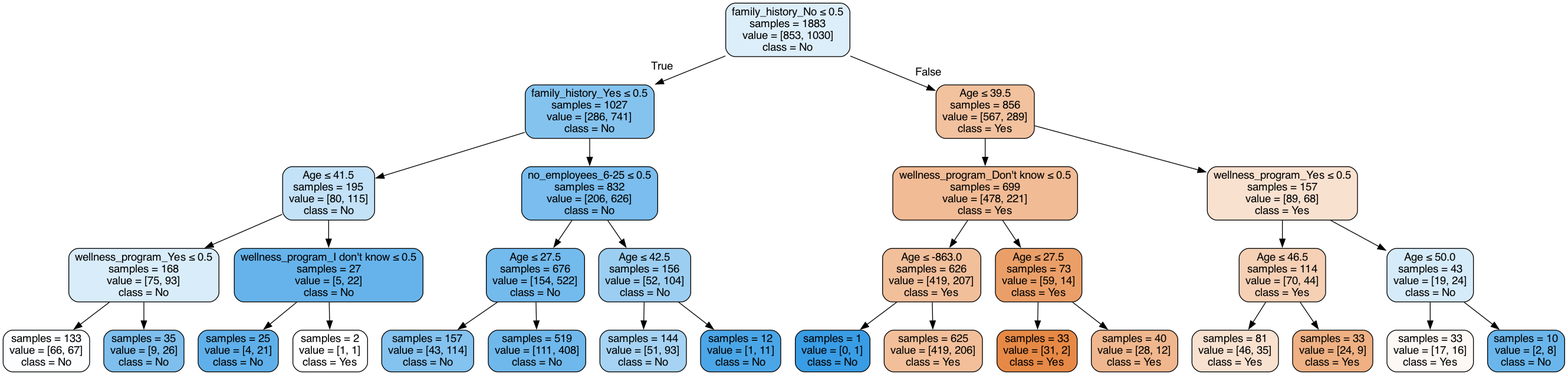
cadej09/CSE-163-Final-Project keeps this Graphviz diagram as tree.gv.png. Above is the earlier version. Its source is kept beside it as tree.gv.
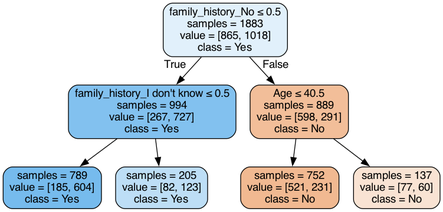
The same diagram one commit later.

Change to the diagram source:
```diff
@@ -1,65 +1,17 @@
 digraph Tree {
 node [shape=box, style="filled, rounded", color="black", fontname="helvetica"] ;
 edge [fontname="helvetica"] ;
-0 [label=<family_history_No &le; 0.5<br/>samples = 1883<br/>value = [853, 1030]<br/>class = No>, fillcolor="#ddeefb"] ;
-1 [label=<family_history_Yes &le; 0.5<br/>samples = 1027<br/>value = [286, 741]<br/>class = No>, fillcolor="#85c3ef"] ;
+0 [label=<family_history_No &le; 0.5<br/>samples = 1883<br/>value = [865, 1018]<br/>class = Yes>, fillcolor="#e1f0fb"] ;
+1 [label=<family_history_I don't know &le; 0.5<br/>samples = 994<br/>value = [267, 727]<br/>class = Yes>, fillcolor="#82c1ef"] ;
 0 -> 1 [labeldistance=2.5, labelangle=45, headlabel="True"] ;
-2 [label=<Age &le; 41.5<br/>samples = 195<br/>value = [80, 115]<br/>class = No>, fillcolor="#c3e1f7"] ;
+2 [label=<samples = 789<br/>value = [185, 604]<br/>class = Yes>, fillcolor="#76bbed"] ;
 1 -> 2 ;
-3 [label=<wellness_program_Yes &le; 0.5<br/>samples = 168<br/>value = [75, 93]<br/>class = No>, fillcolor="#d9ecfa"] ;
-2 -> 3 ;
-4 [label=<samples = 133<br/>value = [66, 67]<br/>class = No>, fillcolor="#fcfeff"] ;
-3 -> 4 ;
-5 [label=<samples = 35<br/>value = [9, 26]<br/>class = No>, fillcolor="#7ebfee"] ;
-3 -> 5 ;
-6 [label=<wellness_program_I don't know &le; 0.5<br/>samples = 27<br/>value = [5, 22]<br/>class = No>, fillcolor="#66b3eb"] ;
-2 -> 6 ;
-7 [label=<samples = 25<br/>value = [4, 21]<br/>class = No>, fillcolor="#5fb0ea"] ;
-6 -> 7 ;
-8 [label=<samples = 2<br/>value = [1, 1]<br/>class = Yes>, fillcolor="#ffffff"] ;
-6 -> 8 ;
-9 [label=<no_employees_6-25 &le; 0.5<br/>samples = 832<br/>value = [206, 626]<br/>class = No>, fillcolor="#7abdee"] ;
-1 -> 9 ;
-10 [label=<Age &le; 27.5<br/>samples = 676<br/>value = [154, 522]<br/>class = No>, fillcolor="#73baed"] ;
-9 -> 10 ;
-11 [label=<samples = 157<br/>value = [43, 114]<br/>class = No>, fillcolor="#84c2ef"] ;
-10 -> 11 ;
-12 [label=<samples = 519<br/>value = [111, 408]<br/>class = No>, fillcolor="#6fb8ec"] ;
-10 -> 12 ;
-13 [label=<Age &le; 42.5<br/>samples = 156<br/>value = [52, 104]<br/>class = No>, fillcolor="#9ccef2"] ;
-9 -> 13 ;
-14 [label=<samples = 144<br/>value = [51, 93]<br/>class = No>, fillcolor="#a6d3f3"] ;
-13 -> 14 ;
-15 [label=<samples = 12<br/>value = [1, 11]<br/>class = No>, fillcolor="#4ba6e7"] ;
-13 -> 15 ;
-16 [label=<Age &le; 39.5<br/>samples = 856<br/>value = [567, 289]<br/>class = Yes>, fillcolor="#f2c19e"] ;
-0 -> 16 [labeldistance=2.5, labelangle=-45, headlabel="False"] ;
-17 [label=<wellness_program_Don't know &le; 0.5<br/>samples = 699<br/>value = [478, 221]<br/>class = Yes>, fillcolor="#f1bb95"] ;
-16 -> 17 ;
-18 [label=<Age &le; -863.0<br/>samples = 626<br/>value = [419, 207]<br/>class = Yes>, fillcolor="#f2bf9b"] ;
-17 -> 18 ;
-19 [label=<samples = 1<br/>value = [0, 1]<br/>class = No>, fillcolor="#399de5"] ;
-18 -> 19 ;
-20 [label=<samples = 625<br/>value = [419, 206]<br/>class = Yes>, fillcolor="#f2bf9a"] ;
-18 -> 20 ;
-21 [label=<Age &le; 27.5<br/>samples = 73<br/>value = [59, 14]<br/>class = Yes>, fillcolor="#eb9f68"] ;
-17 -> 21 ;
-22 [label=<samples = 33<br/>value = [31, 2]<br/>class = Yes>, fillcolor="#e78946"] ;
-21 -> 22 ;
-23 [label=<samples = 40<br/>value = [28, 12]<br/>class = Yes>, fillcolor="#f0b78e"] ;
-21 -> 23 ;
-24 [label=<wellness_program_Yes &le; 0.5<br/>samples = 157<br/>value = [89, 68]<br/>class = Yes>, fillcolor="#f9e1d0"] ;
-16 -> 24 ;
-25 [label=<Age &le; 46.5<br/>samples = 114<br/>value = [70, 44]<br/>class = Yes>, fillcolor="#f5d0b5"] ;
-24 -> 25 ;
-26 [label=<samples = 81<br/>value = [46, 35]<br/>class = Yes>, fillcolor="#f9e1d0"] ;
-25 -> 26 ;
-27 [label=<samples = 33<br/>value = [24, 9]<br/>class = Yes>, fillcolor="#efb083"] ;
-25 -> 27 ;
-28 [label=<Age &le; 50.0<br/>samples = 43<br/>value = [19, 24]<br/>class = No>, fillcolor="#d6ebfa"] ;
-24 -> 28 ;
-29 [label=<samples = 33<br/>value = [17, 16]<br/>class = Yes>, fillcolor="#fdf8f3"] ;
-28 -> 29 ;
-30 [label=<samples = 10<br/>value = [2, 8]<br/>class = No>, fillcolor="#6ab6ec"] ;
-28 -> 30 ;
+3 [label=<samples = 205<br/>value = [82, 123]<br/>class = Yes>, fillcolor="#bddef6"] ;
+1 -> 3 ;
+4 [label=<Age &le; 40.5<br/>samples = 889<br/>value = [598, 291]<br/>class = No>, fillcolor="#f2be99"] ;
+0 -> 4 [labeldistance=2.5, labelangle=-45, headlabel="False"] ;
+5 [label=<samples = 752<br/>value = [521, 231]<br/>class = No>, fillcolor="#f1b991"] ;
+4 -> 5 ;
+6 [label=<samples = 137<br/>value = [77, 60]<br/>class = No>, fillcolor="#f9e3d3"] ;
+4 -> 6 ;
 }
```
